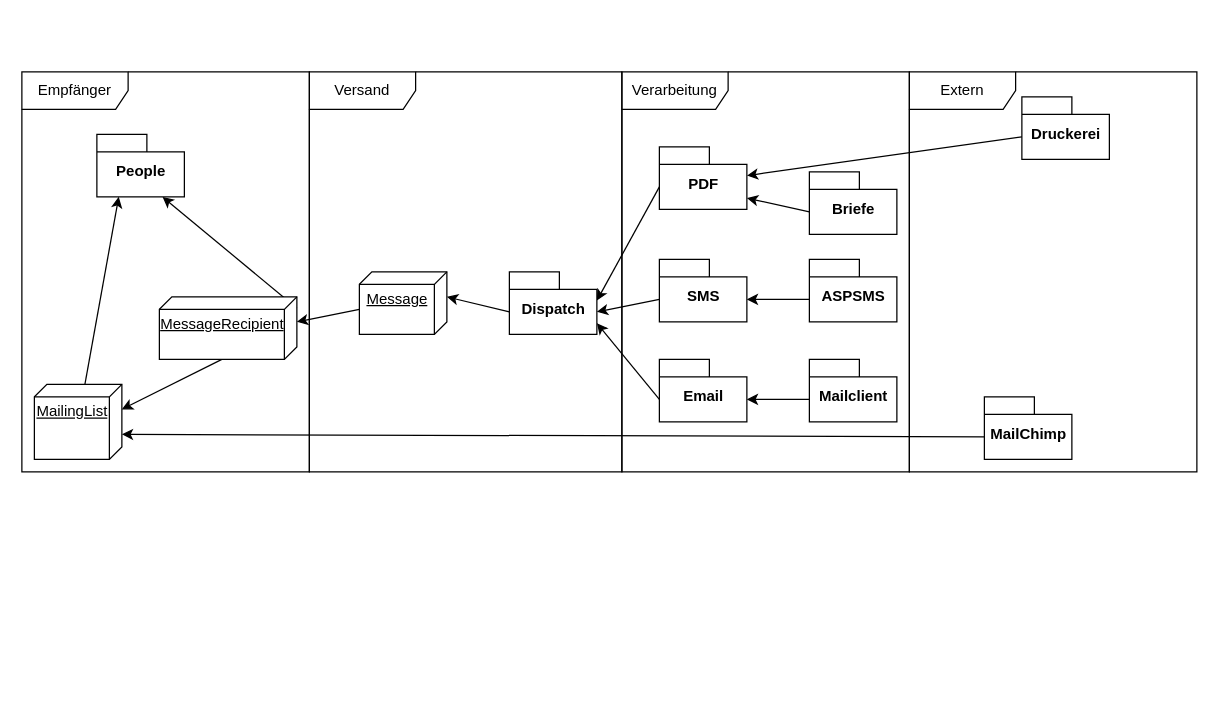
Before: page "Systemübersicht" (1 of 3) of doc/architecture/diagrams/modules/messages.drawio in hitobito/hitobito, a draw.io diagram. Source tidied: cells renumbered, new cells numbered last; positions are measured from the earlier drawing's top-left corner, leaving out a move shared by most shapes. Both pictures are drawn from the tidied source at 125%, with x=0, y=0 at pixel (21, 71).
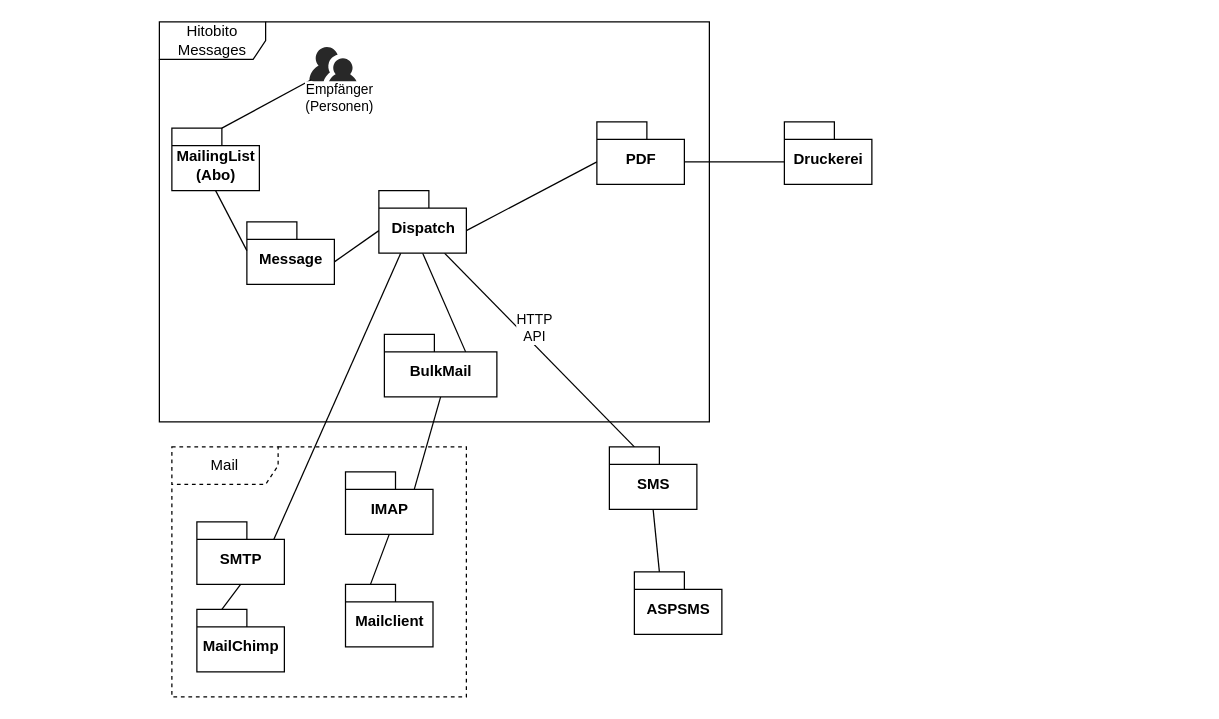
After the change.

Diff of the diagram source:
```diff
@@
-    <mxCell id="2" value="Extern" style="shape=umlFrame;whiteSpace=wrap;html=1;width=85;height=30;" parent="1" vertex="1">
-      <mxGeometry x="710" width="230" height="320" as="geometry" />
-    </mxCell>
-    <mxCell id="3" value="Verarbeitung" style="shape=umlFrame;whiteSpace=wrap;html=1;width=85;height=30;" parent="1" vertex="1">
-      <mxGeometry x="480" width="230" height="320" as="geometry" />
-    </mxCell>
-    <mxCell id="4" value="Versand" style="shape=umlFrame;whiteSpace=wrap;html=1;width=85;height=30;" parent="1" vertex="1">
-      <mxGeometry x="230" width="250" height="320" as="geometry" />
-    </mxCell>
+    <mxCell id="32" value="Mail" style="shape=umlFrame;whiteSpace=wrap;html=1;width=85;height=30;dashed=1;" parent="1" vertex="1">
+      <mxGeometry x="120" y="300" width="235.6" height="200" as="geometry" />
+    </mxCell>
-    <mxCell id="5" value="Empfänger" style="shape=umlFrame;whiteSpace=wrap;html=1;width=85;height=30;" parent="1" vertex="1">
-      <mxGeometry width="230" height="320" as="geometry" />
+    <mxCell id="5" value="Hitobito&lt;br&gt;Messages" style="shape=umlFrame;whiteSpace=wrap;html=1;width=85;height=30;" parent="1" vertex="1">
+      <mxGeometry x="110" y="-40" width="440" height="320" as="geometry" />
     </mxCell>
-    <mxCell id="6" style="edgeStyle=none;rounded=0;jettySize=auto;html=1;exitX=0;exitY=0;exitDx=0;exitDy=32;exitPerimeter=0;entryX=0;entryY=0;entryDx=70;entryDy=41;entryPerimeter=0;" parent="1" edge="1" source="18" target="9">
-      <mxGeometry relative="1" as="geometry" />
-    </mxCell>
-    <mxCell id="7" style="edgeStyle=none;rounded=0;jettySize=auto;html=1;exitX=0;exitY=0;exitDx=0;exitDy=32;exitPerimeter=0;entryX=0;entryY=0;entryDx=70;entryDy=32;entryPerimeter=0;" parent="1" edge="1" source="11" target="9">
-      <mxGeometry relative="1" as="geometry" />
-    </mxCell>
-    <mxCell id="8" style="edgeStyle=none;rounded=0;jettySize=auto;html=1;exitX=0;exitY=0;exitDx=0;exitDy=32;exitPerimeter=0;entryX=0;entryY=0;entryDx=70;entryDy=23;entryPerimeter=0;" parent="1" edge="1" source="16" target="9">
-      <mxGeometry relative="1" as="geometry" />
-    </mxCell>
+    <mxCell id="33" style="edgeStyle=none;rounded=0;jettySize=auto;html=1;exitX=0;exitY=0;exitDx=70;exitDy=32;exitPerimeter=0;entryX=0;entryY=0;entryDx=0;entryDy=32;entryPerimeter=0;endArrow=none;endFill=0;" parent="1" edge="1" source="9" target="16">
+      <mxGeometry relative="1" as="geometry" />
+    </mxCell>
+    <mxCell id="34" style="edgeStyle=none;rounded=0;jettySize=auto;html=1;exitX=0.75;exitY=1;exitDx=0;exitDy=0;exitPerimeter=0;entryX=0;entryY=0;entryDx=20;entryDy=0;entryPerimeter=0;endArrow=none;endFill=0;" parent="1" edge="1" source="9" target="11">
+      <mxGeometry relative="1" as="geometry" />
+    </mxCell>
+    <mxCell id="35" value="HTTP&lt;br&gt;API" style="edgeLabel;html=1;align=center;verticalAlign=middle;" parent="34" vertex="1">
+      <mxGeometry x="-0.12" y="-2" relative="1" as="geometry">
+        <mxPoint x="6" y="-10" as="offset" />
+      </mxGeometry>
+    </mxCell>
+    <mxCell id="36" style="edgeStyle=none;rounded=0;jettySize=auto;html=1;exitX=0.25;exitY=1;exitDx=0;exitDy=0;exitPerimeter=0;entryX=0.879;entryY=0.282;entryDx=0;entryDy=0;entryPerimeter=0;endArrow=none;endFill=0;" parent="1" edge="1" source="9" target="49">
+      <mxGeometry relative="1" as="geometry" />
+    </mxCell>
+    <mxCell id="37" style="edgeStyle=none;rounded=0;jettySize=auto;html=1;exitX=0.5;exitY=1;exitDx=0;exitDy=0;exitPerimeter=0;entryX=0;entryY=0;entryDx=65;entryDy=14;entryPerimeter=0;endArrow=none;endFill=0;" parent="1" edge="1" source="9" target="50">
+      <mxGeometry relative="1" as="geometry" />
+    </mxCell>
     <mxCell id="9" value="Dispatch" style="shape=folder;fontStyle=1;spacingTop=10;tabWidth=40;tabHeight=14;tabPosition=left;html=1;" parent="1" vertex="1">
-      <mxGeometry x="390" y="160" width="70" height="50" as="geometry" />
+      <mxGeometry x="285.6" y="95" width="70" height="50" as="geometry" />
     </mxCell>
-    <mxCell id="10" style="edgeStyle=none;rounded=0;jettySize=auto;html=1;exitX=0;exitY=0;exitDx=0;exitDy=32;exitPerimeter=0;entryX=0;entryY=0;entryDx=70;entryDy=32;entryPerimeter=0;" parent="1" edge="1" source="28" target="11">
-      <mxGeometry relative="1" as="geometry" />
-    </mxCell>
+    <mxCell id="38" style="edgeStyle=none;rounded=0;jettySize=auto;html=1;exitX=0.5;exitY=1;exitDx=0;exitDy=0;exitPerimeter=0;entryX=0;entryY=0;entryDx=20;entryDy=0;entryPerimeter=0;endArrow=none;endFill=0;" parent="1" edge="1" source="11" target="28">
+      <mxGeometry relative="1" as="geometry" />
+    </mxCell>
     <mxCell id="11" value="SMS" style="shape=folder;fontStyle=1;spacingTop=10;tabWidth=40;tabHeight=14;tabPosition=left;html=1;" parent="1" vertex="1">
-      <mxGeometry x="510" y="150" width="70" height="50" as="geometry" />
+      <mxGeometry x="470" y="300" width="70" height="50" as="geometry" />
     </mxCell>
     <mxCell id="12" value="Druckerei" style="shape=folder;fontStyle=1;spacingTop=10;tabWidth=40;tabHeight=14;tabPosition=left;html=1;" parent="1" vertex="1">
-      <mxGeometry x="800" y="20" width="70" height="50" as="geometry" />
+      <mxGeometry x="610" y="40" width="70" height="50" as="geometry" />
     </mxCell>
-    <mxCell id="13" value="Briefe" style="shape=folder;fontStyle=1;spacingTop=10;tabWidth=40;tabHeight=14;tabPosition=left;html=1;" parent="1" vertex="1">
-      <mxGeometry x="630" y="80" width="70" height="50" as="geometry" />
-    </mxCell>
-    <mxCell id="14" style="edgeStyle=none;rounded=0;jettySize=auto;html=1;exitX=0;exitY=0;exitDx=0;exitDy=32;exitPerimeter=0;entryX=0;entryY=0;entryDx=70;entryDy=41;entryPerimeter=0;" parent="1" edge="1" source="13" target="16">
-      <mxGeometry relative="1" as="geometry" />
-    </mxCell>
-    <mxCell id="15" style="edgeStyle=none;rounded=0;jettySize=auto;html=1;exitX=0;exitY=0;exitDx=0;exitDy=32;exitPerimeter=0;entryX=0;entryY=0;entryDx=70;entryDy=23;entryPerimeter=0;" parent="1" edge="1" source="12" target="16">
-      <mxGeometry relative="1" as="geometry" />
-    </mxCell>
+    <mxCell id="39" style="edgeStyle=none;rounded=0;jettySize=auto;html=1;exitX=0;exitY=0;exitDx=70;exitDy=32;exitPerimeter=0;entryX=0;entryY=0;entryDx=0;entryDy=32;entryPerimeter=0;endArrow=none;endFill=0;" parent="1" edge="1" source="16" target="12">
+      <mxGeometry relative="1" as="geometry" />
+    </mxCell>
     <mxCell id="16" value="PDF" style="shape=folder;fontStyle=1;spacingTop=10;tabWidth=40;tabHeight=14;tabPosition=left;html=1;" parent="1" vertex="1">
-      <mxGeometry x="510" y="60" width="70" height="50" as="geometry" />
+      <mxGeometry x="460" y="40" width="70" height="50" as="geometry" />
     </mxCell>
-    <mxCell id="17" style="edgeStyle=none;rounded=0;jettySize=auto;html=1;exitX=0;exitY=0;exitDx=0;exitDy=32;exitPerimeter=0;entryX=0;entryY=0;entryDx=70;entryDy=32;entryPerimeter=0;" parent="1" edge="1" source="23" target="18">
-      <mxGeometry relative="1" as="geometry" />
-    </mxCell>
+    <mxCell id="40" style="edgeStyle=none;rounded=0;jettySize=auto;html=1;exitX=0;exitY=0;exitDx=55;exitDy=14;exitPerimeter=0;entryX=0.5;entryY=1;entryDx=0;entryDy=0;entryPerimeter=0;endArrow=none;endFill=0;" parent="1" edge="1" source="18" target="50">
+      <mxGeometry relative="1" as="geometry" />
+    </mxCell>
+    <mxCell id="41" style="edgeStyle=none;rounded=0;jettySize=auto;html=1;exitX=0.5;exitY=1;exitDx=0;exitDy=0;exitPerimeter=0;entryX=0;entryY=0;entryDx=20;entryDy=0;entryPerimeter=0;endArrow=none;endFill=0;" parent="1" edge="1" source="18" target="23">
+      <mxGeometry relative="1" as="geometry" />
+    </mxCell>
-    <mxCell id="18" value="Email" style="shape=folder;fontStyle=1;spacingTop=10;tabWidth=40;tabHeight=14;tabPosition=left;html=1;" parent="1" vertex="1">
-      <mxGeometry x="510" y="230" width="70" height="50" as="geometry" />
+    <mxCell id="18" value="IMAP" style="shape=folder;fontStyle=1;spacingTop=10;tabWidth=40;tabHeight=14;tabPosition=left;html=1;" parent="1" vertex="1">
+      <mxGeometry x="258.9" y="320" width="70" height="50" as="geometry" />
     </mxCell>
-    <mxCell id="19" style="edgeStyle=none;rounded=0;jettySize=auto;html=1;exitX=0.182;exitY=0;exitDx=0;exitDy=0;exitPerimeter=0;entryX=0.75;entryY=1;entryDx=0;entryDy=0;entryPerimeter=0;" parent="1" edge="1" source="25" target="22">
-      <mxGeometry relative="1" as="geometry" />
-    </mxCell>
-    <mxCell id="20" style="edgeStyle=none;rounded=0;jettySize=auto;html=1;entryX=0.25;entryY=1;entryDx=0;entryDy=0;entryPerimeter=0;" parent="1" edge="1" source="21" target="22">
-      <mxGeometry relative="1" as="geometry" />
-    </mxCell>
-    <mxCell id="21" value="MailingList" style="verticalAlign=top;align=center;spacingTop=8;spacingLeft=2;spacingRight=12;shape=cube;size=10;direction=south;fontStyle=4;html=1;fontFamily=Helvetica;fontSize=12;fontColor=rgba(0, 0, 0, 1);strokeColor=rgba(0, 0, 0, 1);fillColor=rgba(255, 255, 255, 1);" parent="1" vertex="1">
-      <mxGeometry x="10" y="250" width="70" height="60" as="geometry" />
-    </mxCell>
-    <mxCell id="22" value="People" style="shape=folder;fontStyle=1;spacingTop=10;tabWidth=40;tabHeight=14;tabPosition=left;html=1;" parent="1" vertex="1">
-      <mxGeometry x="60" y="50" width="70" height="50" as="geometry" />
-    </mxCell>
     <mxCell id="23" value="Mailclient" style="shape=folder;fontStyle=1;spacingTop=10;tabWidth=40;tabHeight=14;tabPosition=left;html=1;" parent="1" vertex="1">
-      <mxGeometry x="630" y="230" width="70" height="50" as="geometry" />
+      <mxGeometry x="258.9" y="410" width="70" height="50" as="geometry" />
     </mxCell>
-    <mxCell id="24" style="edgeStyle=none;rounded=0;jettySize=auto;html=1;entryX=0;entryY=0;entryDx=20;entryDy=0;entryPerimeter=0;exitX=0;exitY=0;exitDx=50;exitDy=60;exitPerimeter=0;" parent="1" edge="1" source="25" target="21">
-      <mxGeometry relative="1" as="geometry" />
-    </mxCell>
-    <mxCell id="25" value="MessageRecipient" style="verticalAlign=top;align=center;spacingTop=8;spacingLeft=2;spacingRight=12;shape=cube;size=10;direction=south;fontStyle=4;html=1;fontFamily=Helvetica;fontSize=12;fontColor=rgba(0, 0, 0, 1);strokeColor=rgba(0, 0, 0, 1);fillColor=rgba(255, 255, 255, 1);" parent="1" vertex="1">
-      <mxGeometry x="110" y="180" width="110" height="50" as="geometry" />
-    </mxCell>
-    <mxCell id="26" style="rounded=0;jettySize=auto;html=1;exitX=0;exitY=0;exitDx=0;exitDy=32;exitPerimeter=0;entryX=0;entryY=0;entryDx=20;entryDy=0;entryPerimeter=0;" parent="1" edge="1" source="9" target="27">
-      <mxGeometry relative="1" as="geometry" />
-    </mxCell>
+    <mxCell id="28" value="ASPSMS" style="shape=folder;fontStyle=1;spacingTop=10;tabWidth=40;tabHeight=14;tabPosition=left;html=1;" parent="1" vertex="1">
+      <mxGeometry x="490" y="400" width="70" height="50" as="geometry" />
+    </mxCell>
+    <mxCell id="42" style="edgeStyle=none;rounded=0;jettySize=auto;html=1;exitX=0;exitY=0;exitDx=20;exitDy=0;exitPerimeter=0;entryX=0.5;entryY=1;entryDx=0;entryDy=0;entryPerimeter=0;endArrow=none;endFill=0;" parent="1" edge="1" source="30" target="49">
+      <mxGeometry relative="1" as="geometry" />
+    </mxCell>
+    <mxCell id="30" value="MailChimp" style="shape=folder;fontStyle=1;spacingTop=10;tabWidth=40;tabHeight=14;tabPosition=left;html=1;" parent="1" vertex="1">
+      <mxGeometry x="140" y="430" width="70" height="50" as="geometry" />
+    </mxCell>
+    <mxCell id="43" style="verticalLabelPosition=bottom;sketch=0;html=1;fillColor=#282828;strokeColor=none;verticalAlign=top;align=center;shape=mxgraph.cisco_safe.people_places_things_icons.icon9;" parent="1" vertex="1">
+      <mxGeometry x="230" y="-20" width="38.9" height="35" as="geometry" />
+    </mxCell>
+    <mxCell id="44" style="edgeStyle=none;rounded=0;jettySize=auto;html=1;exitX=0;exitY=0;exitDx=70;exitDy=32;exitPerimeter=0;entryX=0;entryY=0;entryDx=0;entryDy=32;entryPerimeter=0;endArrow=none;endFill=0;" parent="1" edge="1" source="27" target="9">
+      <mxGeometry relative="1" as="geometry" />
+    </mxCell>
-    <mxCell id="27" value="Message" style="verticalAlign=top;align=center;spacingTop=8;spacingLeft=2;spacingRight=12;shape=cube;size=10;direction=south;fontStyle=4;html=1;fontFamily=Helvetica;fontSize=12;fontColor=rgba(0, 0, 0, 1);strokeColor=rgba(0, 0, 0, 1);fillColor=rgba(255, 255, 255, 1);" parent="1" vertex="1">
-      <mxGeometry x="270" y="160" width="70" height="50" as="geometry" />
+    <mxCell id="27" value="Message" style="shape=folder;fontStyle=1;spacingTop=10;tabWidth=40;tabHeight=14;tabPosition=left;html=1;" parent="1" vertex="1">
+      <mxGeometry x="180" y="120" width="70" height="50" as="geometry" />
     </mxCell>
-    <mxCell id="28" value="ASPSMS" style="shape=folder;fontStyle=1;spacingTop=10;tabWidth=40;tabHeight=14;tabPosition=left;html=1;" parent="1" vertex="1">
-      <mxGeometry x="630" y="150" width="70" height="50" as="geometry" />
-    </mxCell>
-    <mxCell id="29" style="edgeStyle=none;rounded=0;jettySize=auto;html=1;exitX=0;exitY=0;exitDx=30;exitDy=70;exitPerimeter=0;entryX=0;entryY=0;entryDx=20;entryDy=0;entryPerimeter=0;" parent="1" edge="1" source="27" target="25">
-      <mxGeometry relative="1" as="geometry" />
-    </mxCell>
-    <mxCell id="30" value="MailChimp" style="shape=folder;fontStyle=1;spacingTop=10;tabWidth=40;tabHeight=14;tabPosition=left;html=1;" parent="1" vertex="1">
-      <mxGeometry x="770" y="260" width="70" height="50" as="geometry" />
-    </mxCell>
-    <mxCell id="31" style="edgeStyle=none;rounded=0;jettySize=auto;html=1;exitX=0;exitY=0;exitDx=0;exitDy=32;exitPerimeter=0;entryX=0;entryY=0;entryDx=40;entryDy=0;entryPerimeter=0;" parent="1" edge="1" source="30" target="21">
-      <mxGeometry relative="1" as="geometry" />
-    </mxCell>
+    <mxCell id="45" style="rounded=0;jettySize=auto;html=1;exitX=0;exitY=0;exitDx=40;exitDy=0;exitPerimeter=0;entryX=0.04;entryY=0.753;entryDx=0;entryDy=0;entryPerimeter=0;endArrow=none;endFill=0;" parent="1" edge="1" source="48" target="43">
+      <mxGeometry relative="1" as="geometry" />
+    </mxCell>
+    <mxCell id="46" value="Empfänger&lt;br&gt;(Personen)" style="edgeLabel;html=1;align=center;verticalAlign=middle;" parent="45" vertex="1">
+      <mxGeometry x="0.53" relative="1" as="geometry">
+        <mxPoint x="39" y="5" as="offset" />
+      </mxGeometry>
+    </mxCell>
+    <mxCell id="47" style="edgeStyle=none;rounded=0;jettySize=auto;html=1;exitX=0.5;exitY=1;exitDx=0;exitDy=0;exitPerimeter=0;entryX=0;entryY=0;entryDx=0;entryDy=23;entryPerimeter=0;endArrow=none;endFill=0;" parent="1" edge="1" source="48" target="27">
+      <mxGeometry relative="1" as="geometry" />
+    </mxCell>
+    <mxCell id="48" value="MailingList&lt;br&gt;(Abo)" style="shape=folder;fontStyle=1;spacingTop=10;tabWidth=40;tabHeight=14;tabPosition=left;html=1;" parent="1" vertex="1">
+      <mxGeometry x="120" y="45" width="70" height="50" as="geometry" />
+    </mxCell>
+    <mxCell id="49" value="SMTP" style="shape=folder;fontStyle=1;spacingTop=10;tabWidth=40;tabHeight=14;tabPosition=left;html=1;" parent="1" vertex="1">
+      <mxGeometry x="140" y="360" width="70" height="50" as="geometry" />
+    </mxCell>
+    <mxCell id="50" value="BulkMail" style="shape=folder;fontStyle=1;spacingTop=10;tabWidth=40;tabHeight=14;tabPosition=left;html=1;" parent="1" vertex="1">
+      <mxGeometry x="290" y="210" width="90" height="50" as="geometry" />
+    </mxCell>
+    <mxCell id="51" style="edgeStyle=none;rounded=0;orthogonalLoop=1;jettySize=auto;html=1;exitX=0.5;exitY=1;exitDx=0;exitDy=0;exitPerimeter=0;endArrow=none;endFill=0;" parent="1" edge="1" source="27" target="27">
+      <mxGeometry relative="1" as="geometry" />
+    </mxCell>
```
